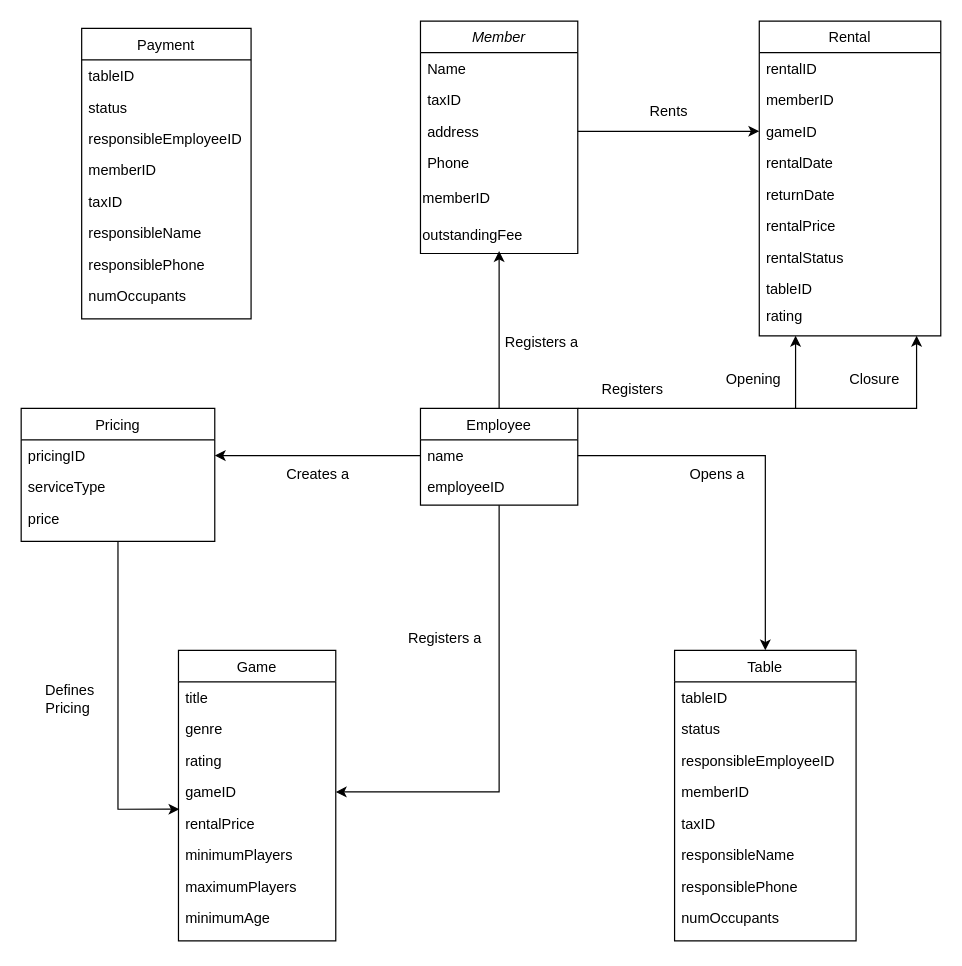
Before: Untitled Diagram.drawio in luccamarshall/DCO, a draw.io diagram. Source tidied: cells renumbered, new cells numbered last; positions are measured from the earlier drawing's top-left corner, leaving out a move shared by most shapes. Both pictures are drawn from the tidied source at 121%, with x=0, y=0 at pixel (21, 21).
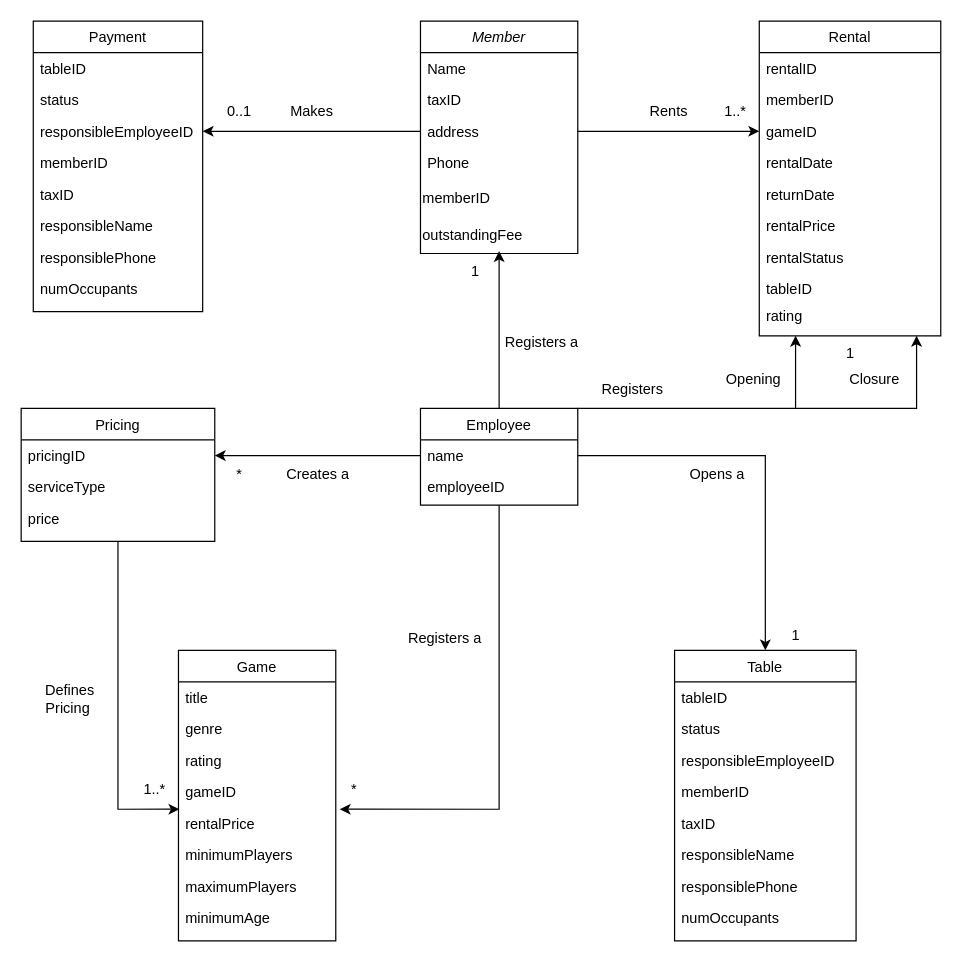
Above is the later version.

The change refers to these unchanged cells:
```xml
<mxCell id="5" value="address" style="text;align=left;verticalAlign=top;spacingLeft=4;spacingRight=4;overflow=hidden;points=[[0,0.5],[1,0.5]];portConstraint=eastwest;rounded=0;shadow=0;html=0;" parent="2" vertex="1">
  <mxGeometry y="78" width="130" height="26" as="geometry" />
</mxCell>
<mxCell id="12" value="Employee" style="swimlane;fontStyle=0;align=center;verticalAlign=top;horizontal=1;startSize=26;rounded=0;shadow=0;strokeWidth=1;" parent="1" vertex="1">
  <mxGeometry x="330" y="320" width="130" height="80" as="geometry" />
</mxCell>
<mxCell id="28" value="gameID" style="text;align=left;verticalAlign=top;spacingLeft=4;spacingRight=4;overflow=hidden;points=[[0,0.5],[1,0.5]];portConstraint=eastwest;rounded=0;shadow=0;html=0;" parent="24" vertex="1">
  <mxGeometry y="104" width="130" height="26" as="geometry" />
</mxCell>
<mxCell id="29" value="rentalPrice" style="text;align=left;verticalAlign=top;spacingLeft=4;spacingRight=4;overflow=hidden;points=[[0,0.5],[1,0.5]];portConstraint=eastwest;rounded=0;shadow=0;html=0;" parent="24" vertex="1">
  <mxGeometry y="130" width="130" height="26" as="geometry" />
</mxCell>
<mxCell id="36" value="responsibleEmployeeID" style="text;align=left;verticalAlign=top;spacingLeft=4;spacingRight=4;overflow=hidden;points=[[0,0.5],[1,0.5]];portConstraint=eastwest;" parent="33" vertex="1">
  <mxGeometry y="78" width="140" height="26" as="geometry" />
</mxCell>
```

Change to the diagram source:
```diff
@@
-    <mxCell id="10" style="edgeStyle=orthogonalEdgeStyle;rounded=0;jettySize=auto;html=1;entryX=1;entryY=0.5;entryDx=0;entryDy=0;" parent="1" edge="1" source="12" target="28">
+    <mxCell id="10" style="edgeStyle=orthogonalEdgeStyle;rounded=0;jettySize=auto;html=1;entryX=1.025;entryY=0.049;entryDx=0;entryDy=0;entryPerimeter=0;" parent="1" edge="1" source="12" target="29">
       <mxGeometry relative="1" as="geometry" />
     </mxCell>
@@
     <mxCell id="33" value="Payment" style="swimlane;fontStyle=0;align=center;verticalAlign=top;horizontal=1;startSize=26;rounded=0;shadow=0;strokeWidth=1;" parent="1" vertex="1">
-      <mxGeometry x="50" y="6" width="140" height="240" as="geometry" />
+      <mxGeometry x="10" width="140" height="240" as="geometry" />
     </mxCell>
@@
+    <mxCell id="70" style="edgeStyle=orthogonalEdgeStyle;rounded=0;jettySize=auto;html=1;entryX=1;entryY=0.5;entryDx=0;entryDy=0;" parent="1" edge="1" source="5" target="36">
+      <mxGeometry relative="1" as="geometry" />
+    </mxCell>
+    <mxCell id="71" value="Makes" style="text;html=1;align=center;verticalAlign=middle;strokeColor=none;fillColor=none;" parent="1" vertex="1">
+      <mxGeometry x="210" y="60" width="60" height="30" as="geometry" />
+    </mxCell>
+    <mxCell id="72" value="0..1" style="text;html=1;align=center;verticalAlign=middle;strokeColor=none;fillColor=none;" parent="1" vertex="1">
+      <mxGeometry x="160" y="60" width="40" height="30" as="geometry" />
+    </mxCell>
+    <mxCell id="73" value="*" style="text;html=1;align=center;verticalAlign=middle;strokeColor=none;fillColor=none;" parent="1" vertex="1">
+      <mxGeometry x="165" y="360" width="30" height="30" as="geometry" />
+    </mxCell>
+    <mxCell id="74" value="1..*" style="text;html=1;align=center;verticalAlign=middle;strokeColor=none;fillColor=none;" parent="1" vertex="1">
+      <mxGeometry x="90" y="620" width="40" height="30" as="geometry" />
+    </mxCell>
+    <mxCell id="75" value="*" style="text;html=1;align=center;verticalAlign=middle;strokeColor=none;fillColor=none;" parent="1" vertex="1">
+      <mxGeometry x="260" y="620" width="30" height="30" as="geometry" />
+    </mxCell>
+    <mxCell id="76" value="&lt;br&gt;1" style="text;html=1;align=center;verticalAlign=middle;strokeColor=none;fillColor=none;" parent="1" vertex="1">
+      <mxGeometry x="625" y="480" width="30" height="40" as="geometry" />
+    </mxCell>
+    <mxCell id="77" value="1" style="text;html=1;align=center;verticalAlign=middle;strokeColor=none;fillColor=none;" parent="1" vertex="1">
+      <mxGeometry x="670" y="260" width="30" height="30" as="geometry" />
+    </mxCell>
+    <mxCell id="78" value="1" style="text;html=1;align=center;verticalAlign=middle;strokeColor=none;fillColor=none;" parent="1" vertex="1">
+      <mxGeometry x="360" y="192" width="30" height="30" as="geometry" />
+    </mxCell>
+    <mxCell id="79" value="1..*" style="text;html=1;align=center;verticalAlign=middle;strokeColor=none;fillColor=none;" parent="1" vertex="1">
+      <mxGeometry x="570" y="60" width="40" height="30" as="geometry" />
+    </mxCell>
```
